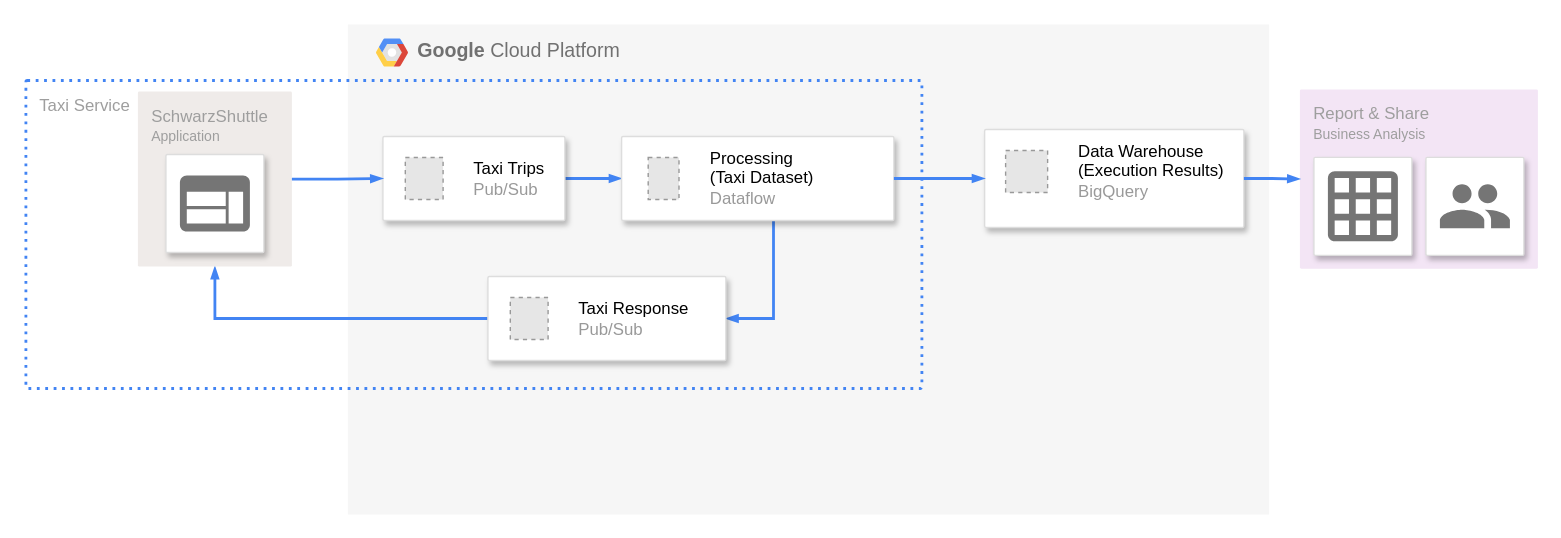
schwarzshuttle-project/taxi-gcp-architecture keeps this draw.io diagram as page "HIGH LEVEL" (1 of 3) of GCP Architecture.drawio. Above is the earlier version. Source tidied: cells renumbered, new cells numbered last; positions are measured from the earlier drawing's top-left corner, leaving out a move shared by most shapes. Both pictures are drawn from the tidied source at 140%, with x=0, y=0 at pixel (25, 24). Pictures stored in the file or linked from it are replaced by grey dashed boxes.
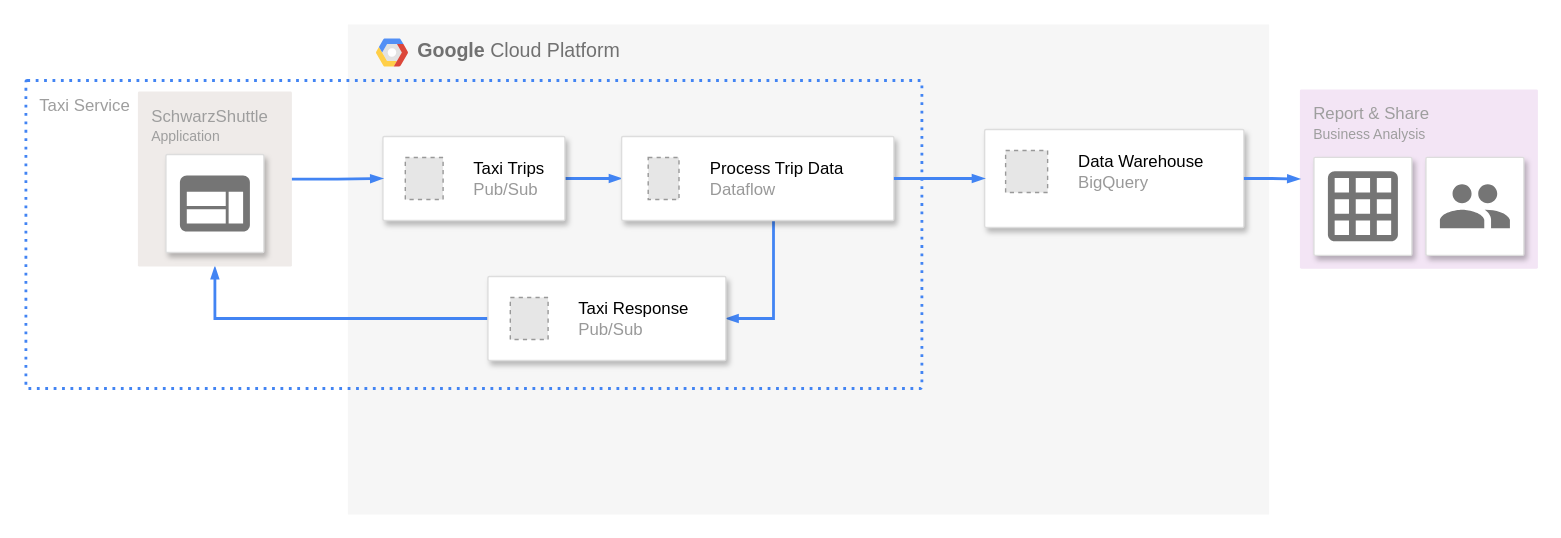
The same diagram, later.

Unchanged cells that the change refers to:
```xml
<mxCell id="4" style="strokeColor=#dddddd;shadow=1;strokeWidth=1;rounded=1;absoluteArcSize=1;arcSize=2;" parent="2" vertex="1">
  <mxGeometry x="454.8" y="75" width="185.2" height="70" as="geometry" />
</mxCell>
<mxCell id="20" style="strokeColor=#dddddd;shadow=1;strokeWidth=1;rounded=1;absoluteArcSize=1;arcSize=2;" parent="1" vertex="1">
  <mxGeometry x="425.5" y="80" width="194.5" height="60" as="geometry" />
</mxCell>
```

What changed in the source:
```diff
@@
-    <mxCell id="5" value="&lt;font color=&quot;#000000&quot;&gt;Data Warehouse&lt;br&gt;(Execution Results)&lt;/font&gt;&lt;br&gt;BigQuery" style="fillColor=#E6E6E6;strokeColor=#999999;dashed=1;html=1;fontColor=#999999;verticalLabelPosition=middle;verticalAlign=middle;labelPosition=right;align=left;spacingLeft=20;" parent="4" vertex="1">
+    <mxCell id="5" value="&lt;font color=&quot;#000000&quot;&gt;Data Warehouse&lt;/font&gt;&lt;br&gt;BigQuery" style="fillColor=#E6E6E6;strokeColor=#999999;dashed=1;html=1;fontColor=#999999;verticalLabelPosition=middle;verticalAlign=middle;labelPosition=right;align=left;spacingLeft=20;" parent="4" vertex="1">
       <mxGeometry width="30" height="30" relative="1" as="geometry">
         <mxPoint x="15" y="15" as="offset" />
       </mxGeometry>
     </mxCell>
@@
-    <mxCell id="21" value="&lt;font color=&quot;#000000&quot;&gt;Processing&lt;br&gt;(Taxi Dataset)&lt;/font&gt;&lt;br&gt;Dataflow" style="fillColor=#E6E6E6;strokeColor=#999999;dashed=1;html=1;fontColor=#999999;verticalLabelPosition=middle;verticalAlign=middle;labelPosition=right;align=left;spacingLeft=20;" parent="20" vertex="1">
+    <mxCell id="21" value="&lt;font color=&quot;#000000&quot;&gt;Process Trip Data&lt;/font&gt;&lt;br&gt;Dataflow" style="fillColor=#E6E6E6;strokeColor=#999999;dashed=1;html=1;fontColor=#999999;verticalLabelPosition=middle;verticalAlign=middle;labelPosition=right;align=left;spacingLeft=20;" parent="20" vertex="1">
       <mxGeometry width="22" height="30" relative="1" as="geometry">
         <mxPoint x="19" y="15" as="offset" />
       </mxGeometry>
     </mxCell>
```
